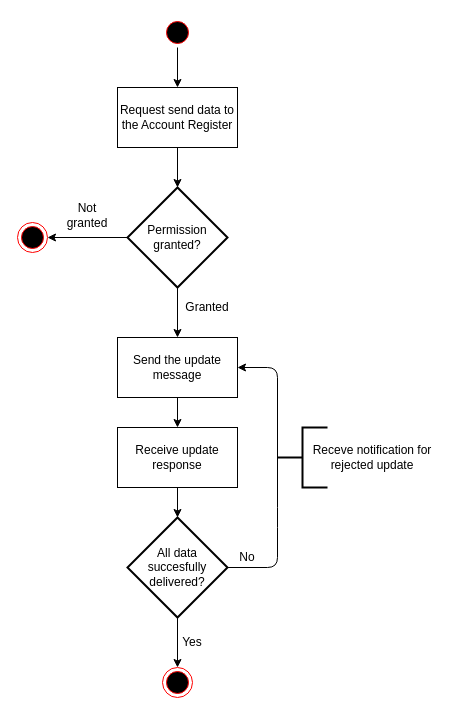
Earlier version of the draw.io diagram diagrams/flowchart_update.drawio (FinnishCustoms-SuomenTulli/account-register-information-update). Source tidied: cells renumbered, new cells numbered last; positions are measured from the earlier drawing's top-left corner, leaving out a move shared by most shapes. Both pictures are drawn from the tidied source at 100%, with x=0, y=0 at pixel (17, 17).
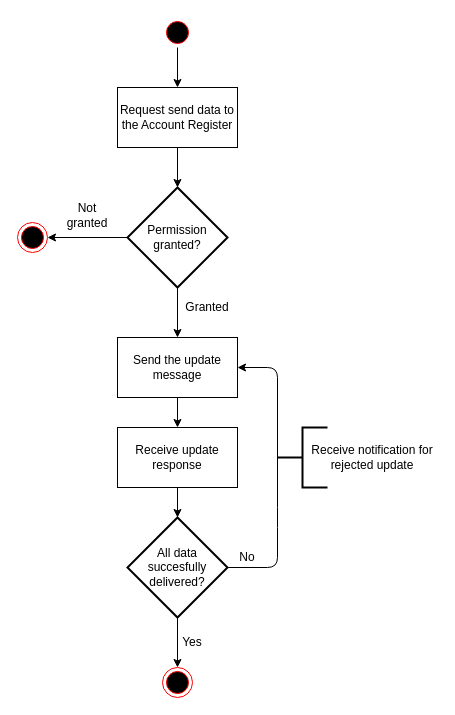
The same diagram, later.

Commit message (it also covers changes not shown here):
TR-304, Kuvan 2.1. termien kääntäminen englanniksi

The change refers to these unchanged cells:
```xml
<mxCell id="23" style="group;" parent="1" vertex="1">
  <mxGeometry x="260" y="410" width="160" height="60" as="geometry" />
</mxCell>
```

Diff of the diagram source:
```diff
@@
-    <mxCell id="24" value="Receve notification for rejected update" style="text;html=1;strokeColor=none;fillColor=none;align=center;verticalAlign=middle;whiteSpace=wrap;rounded=0;" parent="23" vertex="1">
+    <mxCell id="24" value="Receive notification for rejected update" style="text;html=1;strokeColor=none;fillColor=none;align=center;verticalAlign=middle;whiteSpace=wrap;rounded=0;" parent="23" vertex="1">
       <mxGeometry x="30" y="20" width="130" height="20" as="geometry" />
     </mxCell>
```
